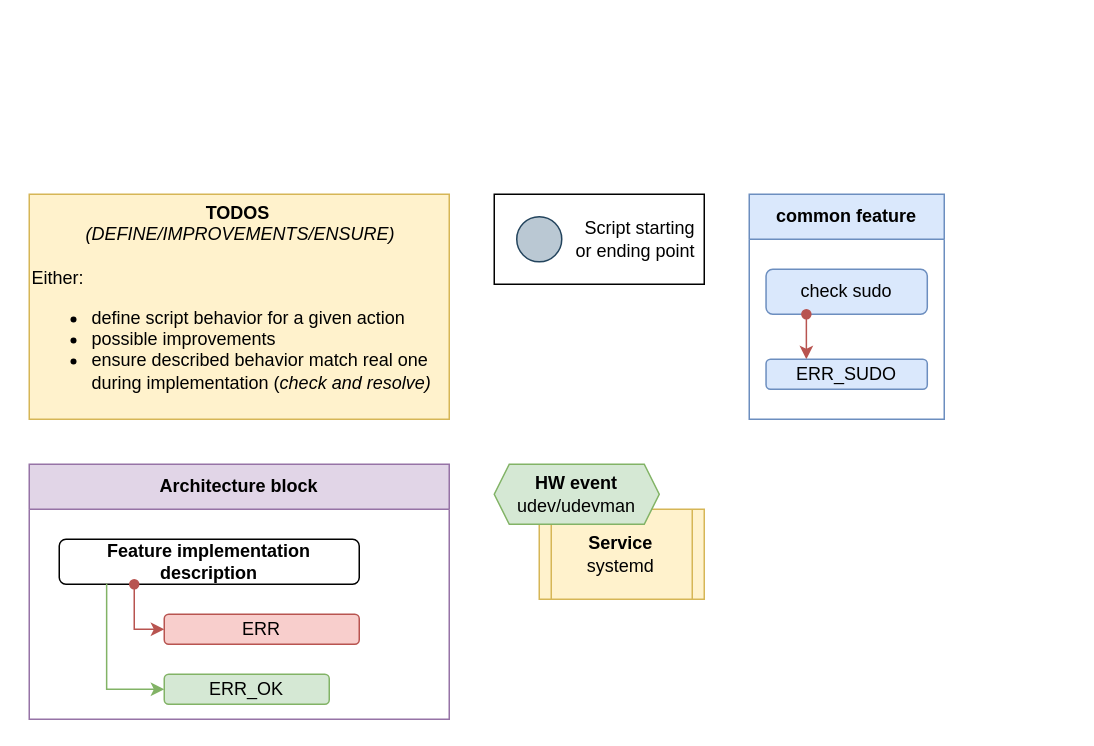
The draw.io diagram page "legend" (1 of 8) of docs/arch/arch.drawio in repeact/embedded-sw, before the edit. Source tidied: cells renumbered, new cells numbered last; positions are measured from the earlier drawing's top-left corner, leaving out a move shared by most shapes. Both pictures are drawn from the tidied source at 150%, with x=0, y=0 at pixel (28, 194).
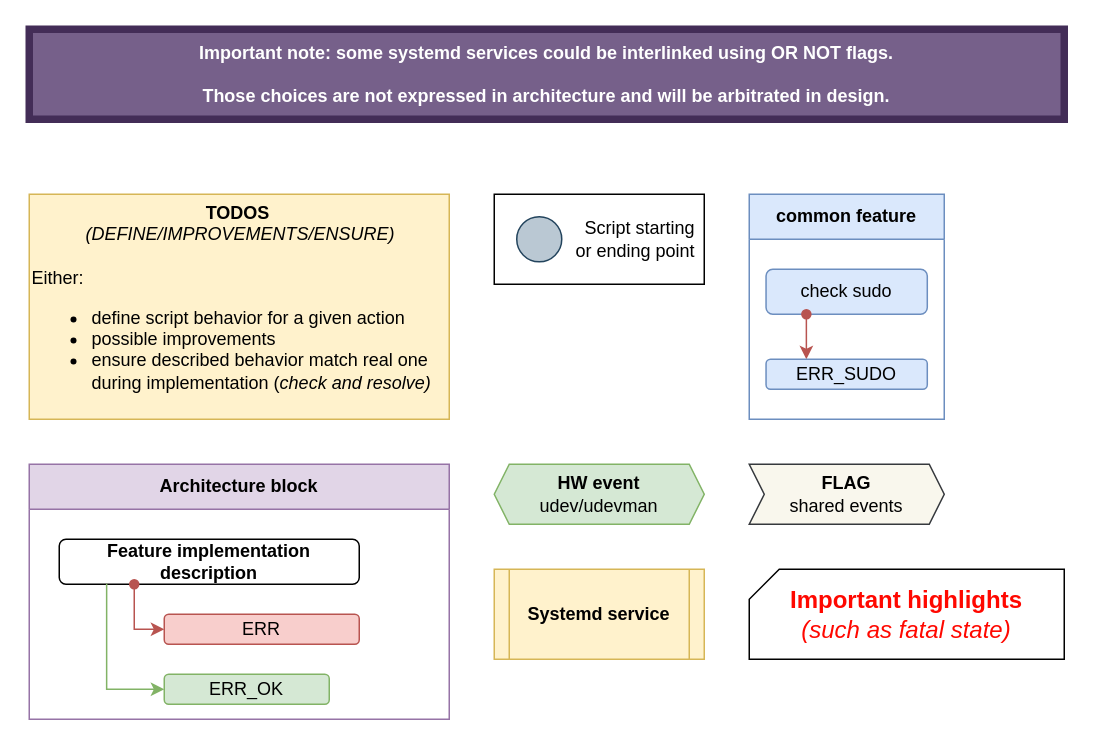
After the change.

Commit message:
dosc(arch): remove redundant common functions

The edit, as a diff of the source:
```diff
@@
-    <mxCell id="2" value="&lt;div&gt;&lt;font style=&quot;font-size: 12px;&quot;&gt;&lt;b style=&quot;&quot;&gt;Service&lt;/b&gt;&lt;br&gt;systemd&lt;/font&gt;&lt;/div&gt;" style="shape=process;whiteSpace=wrap;html=1;backgroundOutline=1;size=0.07692307692307693;strokeWidth=1;fontSize=8;fillColor=#fff2cc;strokeColor=#d6b656;" parent="1" vertex="1">
-      <mxGeometry x="340" y="210" width="110" height="60" as="geometry" />
+    <mxCell id="2" value="&lt;div&gt;&lt;span style=&quot;font-size: 12px;&quot;&gt;&lt;b&gt;Systemd service&lt;/b&gt;&lt;/span&gt;&lt;/div&gt;" style="shape=process;whiteSpace=wrap;html=1;backgroundOutline=1;size=0.07142857142857142;strokeWidth=1;fontSize=8;fillColor=#fff2cc;strokeColor=#d6b656;" parent="1" vertex="1">
+      <mxGeometry x="310" y="250" width="140" height="60" as="geometry" />
     </mxCell>
@@
     <mxCell id="4" value="&lt;b&gt;&lt;font style=&quot;font-size: 12px;&quot;&gt;HW event&lt;/font&gt;&lt;/b&gt;&lt;div&gt;&lt;font style=&quot;font-size: 12px;&quot;&gt;udev/udevman&lt;/font&gt;&lt;/div&gt;" style="shape=hexagon;perimeter=hexagonPerimeter2;whiteSpace=wrap;html=1;fixedSize=1;size=10;strokeWidth=1;fontSize=8;fillColor=#d5e8d4;strokeColor=#82b366;" parent="1" vertex="1">
-      <mxGeometry x="310" y="180" width="110" height="40" as="geometry" />
+      <mxGeometry x="310" y="180" width="140" height="40" as="geometry" />
     </mxCell>
@@
+    <mxCell id="17" value="&lt;b&gt;FLAG&lt;/b&gt;&lt;div&gt;shared events&lt;/div&gt;" style="shape=step;perimeter=stepPerimeter;whiteSpace=wrap;html=1;fixedSize=1;size=10;fillColor=#f9f7ed;strokeColor=#36393d;" parent="1" vertex="1">
+      <mxGeometry x="480" y="180" width="130" height="40" as="geometry" />
+    </mxCell>
+    <mxCell id="18" value="&lt;b&gt;&lt;font style=&quot;font-size: 16px; color: rgb(255, 8, 0);&quot;&gt;Important highlights&lt;/font&gt;&lt;/b&gt;&lt;div&gt;&lt;i&gt;&lt;font style=&quot;font-size: 16px; color: rgb(255, 8, 0);&quot;&gt;(such as fatal state)&lt;/font&gt;&lt;/i&gt;&lt;/div&gt;" style="shape=card;whiteSpace=wrap;html=1;size=20;" parent="1" vertex="1">
+      <mxGeometry x="480" y="250" width="210" height="60" as="geometry" />
+    </mxCell>
+    <mxCell id="19" value="&lt;b&gt;Important note: some systemd services could be interlinked using OR NOT flags.&lt;/b&gt;&lt;div&gt;&lt;b&gt;&lt;br&gt;&lt;/b&gt;&lt;div&gt;&lt;b&gt;Those choices are not expressed in architecture and will be arbitrated in design.&lt;/b&gt;&lt;/div&gt;&lt;/div&gt;" style="text;html=1;whiteSpace=wrap;strokeColor=#432D57;fillColor=#76608a;align=center;verticalAlign=middle;rounded=0;fontColor=#ffffff;strokeWidth=5;spacingLeft=3;spacingRight=3;" parent="1" vertex="1">
+      <mxGeometry y="-110" width="690" height="60" as="geometry" />
+    </mxCell>
```
